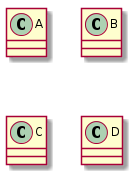
Earlier version of the PlantUML export Output-Diagrams/OutputClassDiagram.png (amitakamat/Amita-Kamat-CMPE-202). The source it was exported from:
```plantuml
@startuml
class A {
}
class B {
}
class C {
}
class D {
}
@enduml
```
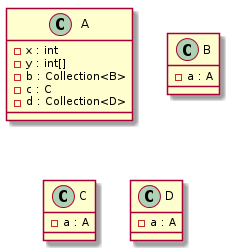
After the commit.

Diff of the diagram source:
```diff
@@ -1,10 +1,18 @@
 @startuml
 class A {
+-x : int
+-y : int[]
+-b : Collection<B>
+-c : C
+-d : Collection<D>
 }
 class B {
+-a : A
 }
 class C {
+-a : A
 }
 class D {
+-a : A
 }
 @enduml
```
